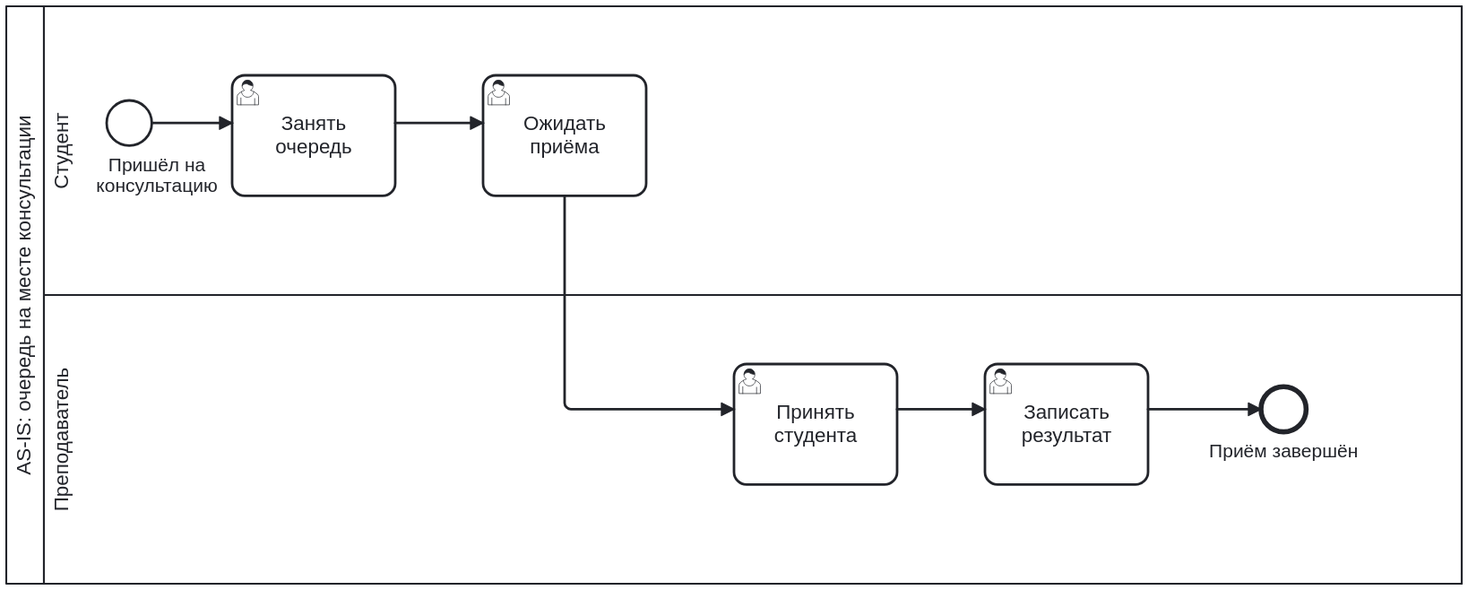
Above: assets/as-is.svg in somthngg/lab2-pris (BPMN), before the change. Its source is kept beside it as assets/as-is.bpmn. Ids are renumbered. Source of this version:
```xml
<bpmn:definitions xmlns:bpmn="http://www.omg.org/spec/BPMN/20100524/MODEL" xmlns:bpmndi="http://www.omg.org/spec/BPMN/20100524/DI" xmlns:dc="http://www.omg.org/spec/DD/20100524/DC" xmlns:di="http://www.omg.org/spec/DD/20100524/DI" xmlns:xsi="http://www.w3.org/2001/XMLSchema-instance" id="Defs_as-is" targetNamespace="https://example.org/consultation-concept">
  <bpmn:process id="Process_as-is" name="AS-IS: очередь на месте консультации" isExecutable="false">
    <bpmn:laneSet id="LaneSet_as-is">
      <bpmn:lane id="Lane_as-is_student" name="Студент">
        <bpmn:flowNodeRef>a_start</bpmn:flowNodeRef>
        <bpmn:flowNodeRef>a_queue</bpmn:flowNodeRef>
        <bpmn:flowNodeRef>a_wait</bpmn:flowNodeRef>
      </bpmn:lane>
      <bpmn:lane id="Lane_as-is_teacher" name="Преподаватель">
        <bpmn:flowNodeRef>a_receive</bpmn:flowNodeRef>
        <bpmn:flowNodeRef>a_record</bpmn:flowNodeRef>
        <bpmn:flowNodeRef>a_end</bpmn:flowNodeRef>
      </bpmn:lane>
    </bpmn:laneSet>
    <bpmn:startEvent id="a_start" name="Пришёл на консультацию">
      <bpmn:outgoing>af1</bpmn:outgoing>
    </bpmn:startEvent>
    <bpmn:userTask id="a_queue" name="Занять очередь">
      <bpmn:incoming>af1</bpmn:incoming>
      <bpmn:outgoing>af2</bpmn:outgoing>
    </bpmn:userTask>
    <bpmn:userTask id="a_wait" name="Ожидать приёма">
      <bpmn:incoming>af2</bpmn:incoming>
      <bpmn:outgoing>af3</bpmn:outgoing>
    </bpmn:userTask>
    <bpmn:userTask id="a_receive" name="Принять студента">
      <bpmn:incoming>af3</bpmn:incoming>
      <bpmn:outgoing>af4</bpmn:outgoing>
    </bpmn:userTask>
    <bpmn:userTask id="a_record" name="Записать результат">
      <bpmn:incoming>af4</bpmn:incoming>
      <bpmn:outgoing>af5</bpmn:outgoing>
    </bpmn:userTask>
    <bpmn:endEvent id="a_end" name="Приём завершён">
      <bpmn:incoming>af5</bpmn:incoming>
    </bpmn:endEvent>
    <bpmn:sequenceFlow id="af1" sourceRef="a_start" targetRef="a_queue"/>
    <bpmn:sequenceFlow id="af2" sourceRef="a_queue" targetRef="a_wait"/>
    <bpmn:sequenceFlow id="af3" sourceRef="a_wait" targetRef="a_receive"/>
    <bpmn:sequenceFlow id="af4" sourceRef="a_receive" targetRef="a_record"/>
    <bpmn:sequenceFlow id="af5" sourceRef="a_record" targetRef="a_end"/>
  </bpmn:process>
  <bpmn:collaboration id="Collab_as-is">
    <bpmn:participant id="Pool_as-is" name="AS-IS: очередь на месте консультации" processRef="Process_as-is"/>
  </bpmn:collaboration>
  <bpmndi:BPMNDiagram id="Diagram_as-is">
    <bpmndi:BPMNPlane id="Plane_as-is" bpmnElement="Collab_as-is">
      <bpmndi:BPMNShape id="Pool_as-is_di" bpmnElement="Pool_as-is" isHorizontal="true">
        <dc:Bounds x="30" y="80" width="1160" height="460"/>
      </bpmndi:BPMNShape>
      <bpmndi:BPMNShape id="Lane_as-is_student_di" bpmnElement="Lane_as-is_student" isHorizontal="true">
        <dc:Bounds x="60" y="80" width="1130" height="230"/>
      </bpmndi:BPMNShape>
      <bpmndi:BPMNShape id="Lane_as-is_teacher_di" bpmnElement="Lane_as-is_teacher" isHorizontal="true">
        <dc:Bounds x="60" y="310" width="1130" height="230"/>
      </bpmndi:BPMNShape>
      <bpmndi:BPMNShape id="a_start_di" bpmnElement="a_start">
        <dc:Bounds x="110" y="155" width="36" height="36"/>
        <bpmndi:BPMNLabel>
          <dc:Bounds x="100" y="199" width="100" height="55"/>
        </bpmndi:BPMNLabel>
      </bpmndi:BPMNShape>
      <bpmndi:BPMNShape id="a_queue_di" bpmnElement="a_queue">
        <dc:Bounds x="210" y="135" width="130" height="96"/>
      </bpmndi:BPMNShape>
      <bpmndi:BPMNShape id="a_wait_di" bpmnElement="a_wait">
        <dc:Bounds x="410" y="135" width="130" height="96"/>
      </bpmndi:BPMNShape>
      <bpmndi:BPMNShape id="a_receive_di" bpmnElement="a_receive">
        <dc:Bounds x="610" y="365" width="130" height="96"/>
      </bpmndi:BPMNShape>
      <bpmndi:BPMNShape id="a_record_di" bpmnElement="a_record">
        <dc:Bounds x="810" y="365" width="130" height="96"/>
      </bpmndi:BPMNShape>
      <bpmndi:BPMNShape id="a_end_di" bpmnElement="a_end">
        <dc:Bounds x="1030" y="383" width="36" height="36"/>
        <bpmndi:BPMNLabel>
          <dc:Bounds x="988.0" y="427" width="120" height="55"/>
        </bpmndi:BPMNLabel>
      </bpmndi:BPMNShape>
      <bpmndi:BPMNEdge id="af1_di" bpmnElement="af1">
        <di:waypoint x="146" y="173"/>
        <di:waypoint x="210" y="173"/>
      </bpmndi:BPMNEdge>
      <bpmndi:BPMNEdge id="af2_di" bpmnElement="af2">
        <di:waypoint x="340" y="173"/>
        <di:waypoint x="410" y="173"/>
      </bpmndi:BPMNEdge>
      <bpmndi:BPMNEdge id="af3_di" bpmnElement="af3">
        <di:waypoint x="475" y="231"/>
        <di:waypoint x="475" y="401"/>
        <di:waypoint x="610" y="401"/>
      </bpmndi:BPMNEdge>
      <bpmndi:BPMNEdge id="af4_di" bpmnElement="af4">
        <di:waypoint x="740" y="401"/>
        <di:waypoint x="810" y="401"/>
      </bpmndi:BPMNEdge>
      <bpmndi:BPMNEdge id="af5_di" bpmnElement="af5">
        <di:waypoint x="940" y="401"/>
        <di:waypoint x="1030" y="401"/>
      </bpmndi:BPMNEdge>
    </bpmndi:BPMNPlane>
  </bpmndi:BPMNDiagram>
</bpmn:definitions>
```
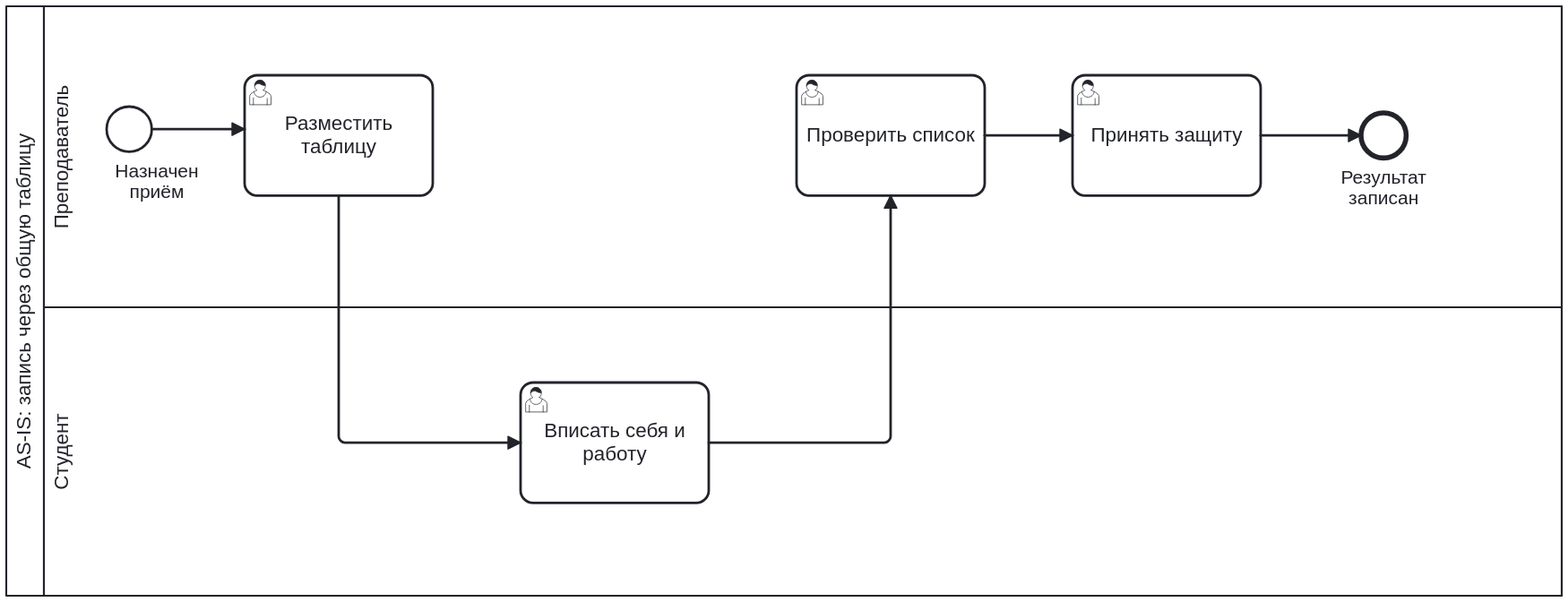
The same diagram one commit later.

Commit message:
Обновить BPMN: таблица, запись на 10 минут и результаты защит

What changed in the source:
```diff
@@ -1,103 +1,104 @@
 <bpmn:definitions xmlns:bpmn="http://www.omg.org/spec/BPMN/20100524/MODEL" xmlns:bpmndi="http://www.omg.org/spec/BPMN/20100524/DI" xmlns:dc="http://www.omg.org/spec/DD/20100524/DC" xmlns:di="http://www.omg.org/spec/DD/20100524/DI" xmlns:xsi="http://www.w3.org/2001/XMLSchema-instance" id="Defs_as-is" targetNamespace="https://example.org/consultation-concept">
-  <bpmn:process id="Process_as-is" name="AS-IS: очередь на месте консультации" isExecutable="false">
+  <bpmn:process id="Process_as-is" name="AS-IS: запись через общую таблицу" isExecutable="false">
     <bpmn:laneSet id="LaneSet_as-is">
-      <bpmn:lane id="Lane_as-is_student" name="Студент">
+      <bpmn:lane id="Lane_as-is_teacher" name="Преподаватель">
         <bpmn:flowNodeRef>a_start</bpmn:flowNodeRef>
-        <bpmn:flowNodeRef>a_queue</bpmn:flowNodeRef>
-        <bpmn:flowNodeRef>a_wait</bpmn:flowNodeRef>
-      </bpmn:lane>
-      <bpmn:lane id="Lane_as-is_teacher" name="Преподаватель">
-        <bpmn:flowNodeRef>a_receive</bpmn:flowNodeRef>
-        <bpmn:flowNodeRef>a_record</bpmn:flowNodeRef>
+        <bpmn:flowNodeRef>a_publish</bpmn:flowNodeRef>
+        <bpmn:flowNodeRef>a_check</bpmn:flowNodeRef>
+        <bpmn:flowNodeRef>a_defend</bpmn:flowNodeRef>
         <bpmn:flowNodeRef>a_end</bpmn:flowNodeRef>
       </bpmn:lane>
+      <bpmn:lane id="Lane_as-is_student" name="Студент">
+        <bpmn:flowNodeRef>a_fill</bpmn:flowNodeRef>
+      </bpmn:lane>
     </bpmn:laneSet>
-    <bpmn:startEvent id="a_start" name="Пришёл на консультацию">
+    <bpmn:startEvent id="a_start" name="Назначен приём">
       <bpmn:outgoing>af1</bpmn:outgoing>
     </bpmn:startEvent>
-    <bpmn:userTask id="a_queue" name="Занять очередь">
+    <bpmn:userTask id="a_publish" name="Разместить таблицу">
       <bpmn:incoming>af1</bpmn:incoming>
       <bpmn:outgoing>af2</bpmn:outgoing>
     </bpmn:userTask>
-    <bpmn:userTask id="a_wait" name="Ожидать приёма">
+    <bpmn:userTask id="a_fill" name="Вписать себя и работу">
       <bpmn:incoming>af2</bpmn:incoming>
       <bpmn:outgoing>af3</bpmn:outgoing>
     </bpmn:userTask>
-    <bpmn:userTask id="a_receive" name="Принять студента">
+    <bpmn:userTask id="a_check" name="Проверить список">
       <bpmn:incoming>af3</bpmn:incoming>
       <bpmn:outgoing>af4</bpmn:outgoing>
     </bpmn:userTask>
-    <bpmn:userTask id="a_record" name="Записать результат">
+    <bpmn:userTask id="a_defend" name="Принять защиту">
       <bpmn:incoming>af4</bpmn:incoming>
       <bpmn:outgoing>af5</bpmn:outgoing>
     </bpmn:userTask>
-    <bpmn:endEvent id="a_end" name="Приём завершён">
+    <bpmn:endEvent id="a_end" name="Результат записан">
       <bpmn:incoming>af5</bpmn:incoming>
     </bpmn:endEvent>
-    <bpmn:sequenceFlow id="af1" sourceRef="a_start" targetRef="a_queue"/>
-    <bpmn:sequenceFlow id="af2" sourceRef="a_queue" targetRef="a_wait"/>
-    <bpmn:sequenceFlow id="af3" sourceRef="a_wait" targetRef="a_receive"/>
-    <bpmn:sequenceFlow id="af4" sourceRef="a_receive" targetRef="a_record"/>
-    <bpmn:sequenceFlow id="af5" sourceRef="a_record" targetRef="a_end"/>
+    <bpmn:sequenceFlow id="af1" sourceRef="a_start" targetRef="a_publish"/>
+    <bpmn:sequenceFlow id="af2" sourceRef="a_publish" targetRef="a_fill"/>
+    <bpmn:sequenceFlow id="af3" sourceRef="a_fill" targetRef="a_check"/>
+    <bpmn:sequenceFlow id="af4" sourceRef="a_check" targetRef="a_defend"/>
+    <bpmn:sequenceFlow id="af5" sourceRef="a_defend" targetRef="a_end"/>
   </bpmn:process>
   <bpmn:collaboration id="Collab_as-is">
-    <bpmn:participant id="Pool_as-is" name="AS-IS: очередь на месте консультации" processRef="Process_as-is"/>
+    <bpmn:participant id="Pool_as-is" name="AS-IS: запись через общую таблицу" processRef="Process_as-is"/>
   </bpmn:collaboration>
   <bpmndi:BPMNDiagram id="Diagram_as-is">
     <bpmndi:BPMNPlane id="Plane_as-is" bpmnElement="Collab_as-is">
       <bpmndi:BPMNShape id="Pool_as-is_di" bpmnElement="Pool_as-is" isHorizontal="true">
-        <dc:Bounds x="30" y="80" width="1160" height="460"/>
+        <dc:Bounds x="30" y="80" width="1240" height="470"/>
+      </bpmndi:BPMNShape>
+      <bpmndi:BPMNShape id="Lane_as-is_teacher_di" bpmnElement="Lane_as-is_teacher" isHorizontal="true">
+        <dc:Bounds x="60" y="80" width="1210" height="240"/>
       </bpmndi:BPMNShape>
       <bpmndi:BPMNShape id="Lane_as-is_student_di" bpmnElement="Lane_as-is_student" isHorizontal="true">
-        <dc:Bounds x="60" y="80" width="1130" height="230"/>
-      </bpmndi:BPMNShape>
-      <bpmndi:BPMNShape id="Lane_as-is_teacher_di" bpmnElement="Lane_as-is_teacher" isHorizontal="true">
-        <dc:Bounds x="60" y="310" width="1130" height="230"/>
+        <dc:Bounds x="60" y="320" width="1210" height="230"/>
       </bpmndi:BPMNShape>
       <bpmndi:BPMNShape id="a_start_di" bpmnElement="a_start">
-        <dc:Bounds x="110" y="155" width="36" height="36"/>
+        <dc:Bounds x="110" y="160" width="36" height="36"/>
         <bpmndi:BPMNLabel>
-          <dc:Bounds x="100" y="199" width="100" height="55"/>
+          <dc:Bounds x="100" y="204" width="100" height="55"/>
         </bpmndi:BPMNLabel>
       </bpmndi:BPMNShape>
-      <bpmndi:BPMNShape id="a_queue_di" bpmnElement="a_queue">
-        <dc:Bounds x="210" y="135" width="130" height="96"/>
+      <bpmndi:BPMNShape id="a_publish_di" bpmnElement="a_publish">
+        <dc:Bounds x="220" y="135" width="150" height="96"/>
       </bpmndi:BPMNShape>
-      <bpmndi:BPMNShape id="a_wait_di" bpmnElement="a_wait">
-        <dc:Bounds x="410" y="135" width="130" height="96"/>
+      <bpmndi:BPMNShape id="a_fill_di" bpmnElement="a_fill">
+        <dc:Bounds x="440" y="380" width="150" height="96"/>
       </bpmndi:BPMNShape>
-      <bpmndi:BPMNShape id="a_receive_di" bpmnElement="a_receive">
-        <dc:Bounds x="610" y="365" width="130" height="96"/>
+      <bpmndi:BPMNShape id="a_check_di" bpmnElement="a_check">
+        <dc:Bounds x="660" y="135" width="150" height="96"/>
       </bpmndi:BPMNShape>
-      <bpmndi:BPMNShape id="a_record_di" bpmnElement="a_record">
-        <dc:Bounds x="810" y="365" width="130" height="96"/>
+      <bpmndi:BPMNShape id="a_defend_di" bpmnElement="a_defend">
+        <dc:Bounds x="880" y="135" width="150" height="96"/>
       </bpmndi:BPMNShape>
       <bpmndi:BPMNShape id="a_end_di" bpmnElement="a_end">
-        <dc:Bounds x="1030" y="383" width="36" height="36"/>
+        <dc:Bounds x="1110" y="165" width="36" height="36"/>
         <bpmndi:BPMNLabel>
-          <dc:Bounds x="988.0" y="427" width="120" height="55"/>
+          <dc:Bounds x="1068.0" y="209" width="120" height="55"/>
         </bpmndi:BPMNLabel>
       </bpmndi:BPMNShape>
       <bpmndi:BPMNEdge id="af1_di" bpmnElement="af1">
-        <di:waypoint x="146" y="173"/>
-        <di:waypoint x="210" y="173"/>
+        <di:waypoint x="146" y="178"/>
+        <di:waypoint x="220" y="178"/>
       </bpmndi:BPMNEdge>
       <bpmndi:BPMNEdge id="af2_di" bpmnElement="af2">
-        <di:waypoint x="340" y="173"/>
-        <di:waypoint x="410" y="173"/>
+        <di:waypoint x="295" y="231"/>
+        <di:waypoint x="295" y="428"/>
+        <di:waypoint x="440" y="428"/>
       </bpmndi:BPMNEdge>
       <bpmndi:BPMNEdge id="af3_di" bpmnElement="af3">
-        <di:waypoint x="475" y="231"/>
-        <di:waypoint x="475" y="401"/>
-        <di:waypoint x="610" y="401"/>
+        <di:waypoint x="590" y="428"/>
+        <di:waypoint x="735" y="428"/>
+        <di:waypoint x="735" y="231"/>
       </bpmndi:BPMNEdge>
       <bpmndi:BPMNEdge id="af4_di" bpmnElement="af4">
-        <di:waypoint x="740" y="401"/>
-        <di:waypoint x="810" y="401"/>
+        <di:waypoint x="810" y="183"/>
+        <di:waypoint x="880" y="183"/>
       </bpmndi:BPMNEdge>
       <bpmndi:BPMNEdge id="af5_di" bpmnElement="af5">
-        <di:waypoint x="940" y="401"/>
-        <di:waypoint x="1030" y="401"/>
+        <di:waypoint x="1030" y="183"/>
+        <di:waypoint x="1110" y="183"/>
       </bpmndi:BPMNEdge>
     </bpmndi:BPMNPlane>
   </bpmndi:BPMNDiagram>
```
